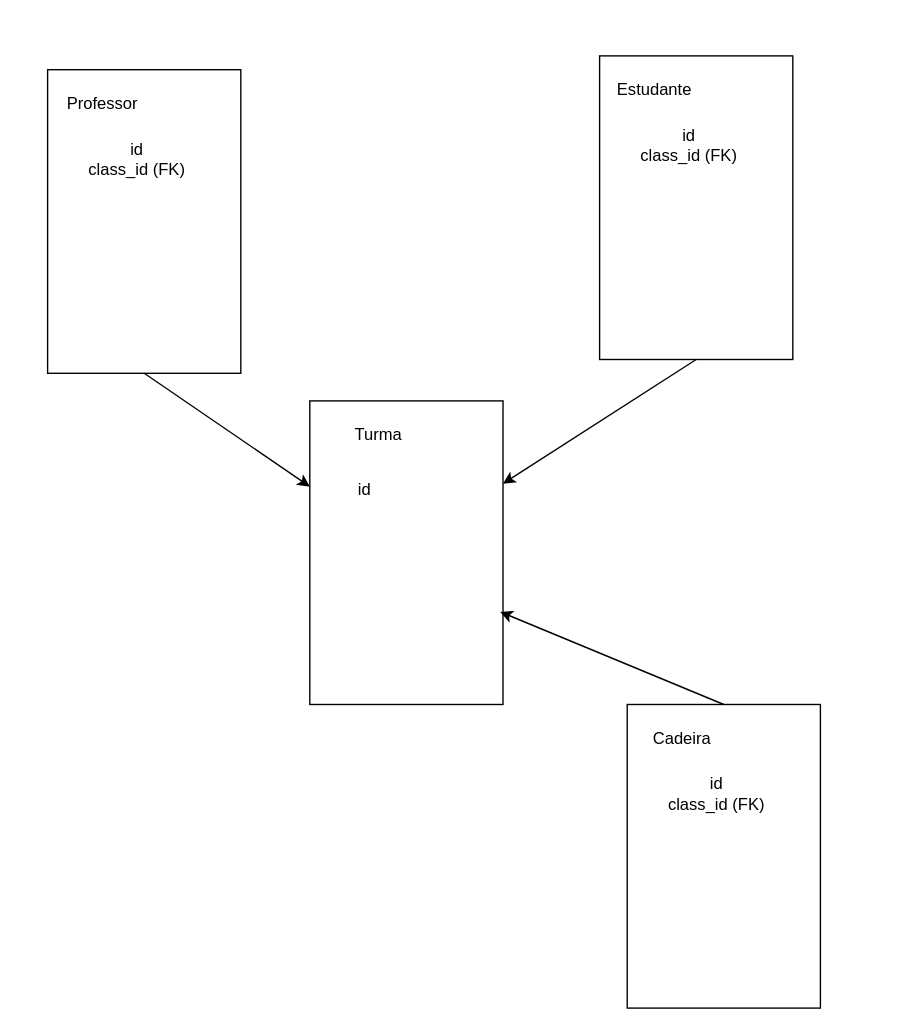
The draw.io diagram page "Modelo de Dados" (3 of 3) of moz_school.drawio in ManuelCarreiras/moz_sch, before the edit. Source tidied: cells renumbered, new cells numbered last; positions are measured from the earlier drawing's top-left corner, leaving out a move shared by most shapes. Both pictures are drawn from the tidied source at 138%, with x=0, y=0 at pixel (47, 55).
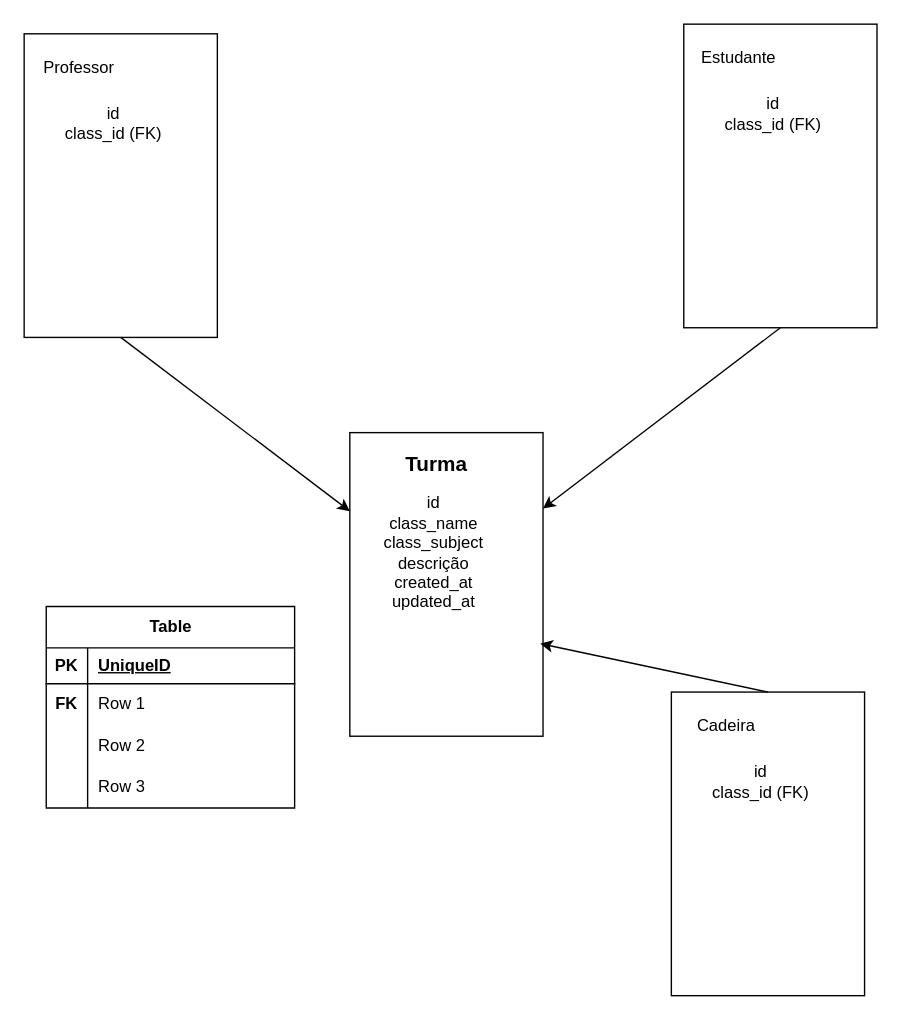
The same diagram, later.

The change refers to these unchanged cells:
```xml
<mxCell id="3" style="rounded=0;whiteSpace=wrap;html=1;" parent="2" vertex="1">
  <mxGeometry width="140" height="220" as="geometry" />
</mxCell>
<mxCell id="7" style="rounded=0;whiteSpace=wrap;html=1;" parent="6" vertex="1">
  <mxGeometry width="140" height="220" as="geometry" />
</mxCell>
```

Diff of the diagram source:
```diff
@@
     <mxCell id="2" style="group;" parent="1" vertex="1">
-      <mxGeometry x="400" width="140" height="220" as="geometry" />
+      <mxGeometry x="461" y="-23" width="140" height="220" as="geometry" />
     </mxCell>
@@
     <mxCell id="6" style="group;" parent="1" vertex="1">
-      <mxGeometry x="190" y="250" width="140" height="220" as="geometry" />
+      <mxGeometry x="219" y="273" width="140" height="220" as="geometry" />
     </mxCell>
@@
-    <mxCell id="8" value="Turma" style="text;html=1;align=center;verticalAlign=middle;whiteSpace=wrap;rounded=0;" parent="6" vertex="1">
-      <mxGeometry x="20" y="10" width="60" height="30" as="geometry" />
+    <mxCell id="8" value="&lt;font style=&quot;font-size: 15px;&quot;&gt;&lt;b&gt;Turma&lt;/b&gt;&lt;/font&gt;" style="text;html=1;align=center;verticalAlign=middle;whiteSpace=wrap;rounded=0;" parent="6" vertex="1">
+      <mxGeometry x="33" y="7" width="60" height="30" as="geometry" />
     </mxCell>
-    <mxCell id="9" value="id" style="text;html=1;align=center;verticalAlign=middle;whiteSpace=wrap;rounded=0;" parent="6" vertex="1">
-      <mxGeometry x="10" y="50" width="60" height="30" as="geometry" />
+    <mxCell id="9" value="id&lt;div&gt;class_name&lt;/div&gt;&lt;div&gt;class_subject&lt;/div&gt;&lt;div&gt;descrição&lt;/div&gt;&lt;div&gt;created_at&lt;/div&gt;&lt;div&gt;updated_at&lt;/div&gt;" style="text;html=1;align=center;verticalAlign=middle;whiteSpace=wrap;rounded=0;" parent="6" vertex="1">
+      <mxGeometry x="31" y="72" width="60" height="30" as="geometry" />
     </mxCell>
     <mxCell id="10" style="group;" parent="1" vertex="1">
-      <mxGeometry y="10" width="140" height="220" as="geometry" />
+      <mxGeometry x="-17" y="-16" width="140" height="220" as="geometry" />
     </mxCell>
@@
-    <mxCell id="15" style="endArrow=classic;html=1;rounded=0;exitX=0.5;exitY=1;exitDx=0;exitDy=0;" parent="1" edge="1" source="3">
-      <mxGeometry relative="1" as="geometry">
-        <mxPoint x="330" y="310" as="targetPoint" />
-      </mxGeometry>
+    <mxCell id="15" style="endArrow=classic;html=1;rounded=0;exitX=0.5;exitY=1;exitDx=0;exitDy=0;entryX=1;entryY=0.25;entryDx=0;entryDy=0;" parent="1" edge="1" source="3" target="7">
+      <mxGeometry relative="1" as="geometry" />
     </mxCell>
     <mxCell id="16" style="group;" parent="1" vertex="1">
-      <mxGeometry x="420" y="470" width="140" height="220" as="geometry" />
+      <mxGeometry x="452" y="461" width="140" height="220" as="geometry" />
     </mxCell>
@@
+    <mxCell id="21" value="Table" style="shape=table;startSize=30;childLayout=tableLayout;rowLines=0;fontStyle=1;align=center;html=1;" parent="1" vertex="1">
+      <mxGeometry x="-1" y="399" width="180" height="146" as="geometry" />
+    </mxCell>
+    <mxCell id="22" style="shape=tableRow;horizontal=0;startSize=0;swimlaneHead=0;swimlaneBody=0;fillColor=none;top=0;left=0;right=0;bottom=1;" parent="21" vertex="1">
+      <mxGeometry y="30" width="180" height="26" as="geometry" />
+    </mxCell>
+    <mxCell id="23" value="PK" style="shape=partialRectangle;fillColor=none;top=0;left=0;bottom=0;right=0;fontStyle=1;overflow=hidden;whiteSpace=wrap;html=1;" parent="22" vertex="1">
+      <mxGeometry width="30" height="26" as="geometry" />
+    </mxCell>
+    <mxCell id="24" value="UniqueID" style="shape=partialRectangle;fillColor=none;top=0;left=0;bottom=0;right=0;align=left;spacingLeft=6;fontStyle=5;overflow=hidden;whiteSpace=wrap;html=1;" parent="22" vertex="1">
+      <mxGeometry x="30" width="150" height="26" as="geometry" />
+    </mxCell>
+    <mxCell id="25" style="shape=tableRow;horizontal=0;startSize=0;swimlaneHead=0;swimlaneBody=0;fillColor=none;top=0;left=0;right=0;bottom=0;" parent="21" vertex="1">
+      <mxGeometry y="56" width="180" height="30" as="geometry" />
+    </mxCell>
+    <mxCell id="26" value="&lt;b&gt;FK&lt;/b&gt;" style="shape=partialRectangle;fillColor=none;top=0;left=0;bottom=0;right=0;overflow=hidden;whiteSpace=wrap;html=1;" parent="25" vertex="1">
+      <mxGeometry width="30" height="30" as="geometry" />
+    </mxCell>
+    <mxCell id="27" value="Row 1" style="shape=partialRectangle;fillColor=none;top=0;left=0;bottom=0;right=0;align=left;spacingLeft=6;overflow=hidden;whiteSpace=wrap;html=1;" parent="25" vertex="1">
+      <mxGeometry x="30" width="150" height="30" as="geometry" />
+    </mxCell>
+    <mxCell id="28" style="shape=tableRow;horizontal=0;startSize=0;swimlaneHead=0;swimlaneBody=0;fillColor=none;top=0;left=0;right=0;bottom=0;" parent="21" vertex="1">
+      <mxGeometry y="86" width="180" height="30" as="geometry" />
+    </mxCell>
+    <mxCell id="29" style="shape=partialRectangle;fillColor=none;top=0;left=0;bottom=0;right=0;overflow=hidden;whiteSpace=wrap;html=1;" parent="28" vertex="1">
+      <mxGeometry width="30" height="30" as="geometry" />
+    </mxCell>
+    <mxCell id="30" value="Row 2" style="shape=partialRectangle;fillColor=none;top=0;left=0;bottom=0;right=0;align=left;spacingLeft=6;overflow=hidden;whiteSpace=wrap;html=1;" parent="28" vertex="1">
+      <mxGeometry x="30" width="150" height="30" as="geometry" />
+    </mxCell>
+    <mxCell id="31" style="shape=tableRow;horizontal=0;startSize=0;swimlaneHead=0;swimlaneBody=0;fillColor=none;top=0;left=0;right=0;bottom=0;" parent="21" vertex="1">
+      <mxGeometry y="116" width="180" height="30" as="geometry" />
+    </mxCell>
+    <mxCell id="32" style="shape=partialRectangle;fillColor=none;top=0;left=0;bottom=0;right=0;overflow=hidden;whiteSpace=wrap;html=1;" parent="31" vertex="1">
+      <mxGeometry width="30" height="30" as="geometry" />
+    </mxCell>
+    <mxCell id="33" value="Row 3" style="shape=partialRectangle;fillColor=none;top=0;left=0;bottom=0;right=0;align=left;spacingLeft=6;overflow=hidden;whiteSpace=wrap;html=1;" parent="31" vertex="1">
+      <mxGeometry x="30" width="150" height="30" as="geometry" />
+    </mxCell>
```
